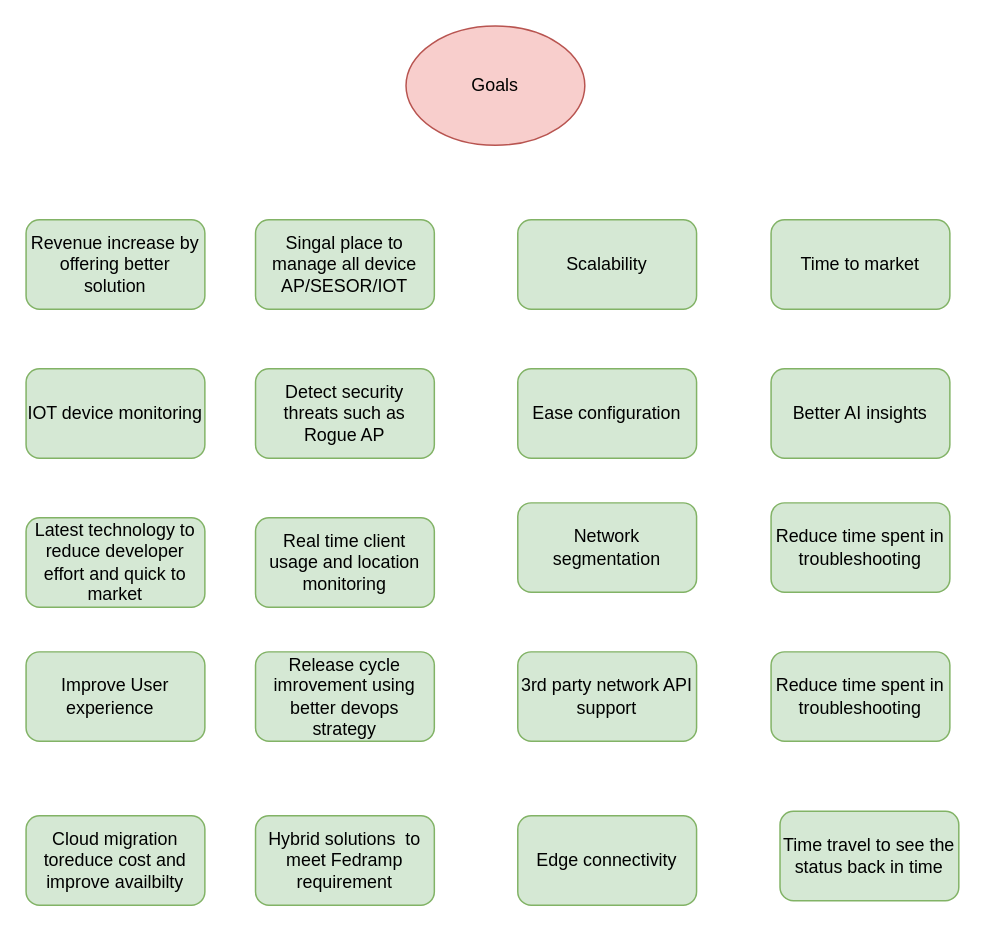
Above: page "Page-6" (6 of 6) of SA assignment.drawio in Gajanana/FirstPhase (draw.io), before the change. Source tidied: cells renumbered, new cells numbered last; positions are measured from the earlier drawing's top-left corner, leaving out a move shared by most shapes. Both pictures are drawn from the tidied source at 149%, with x=0, y=0 at pixel (25, 25).
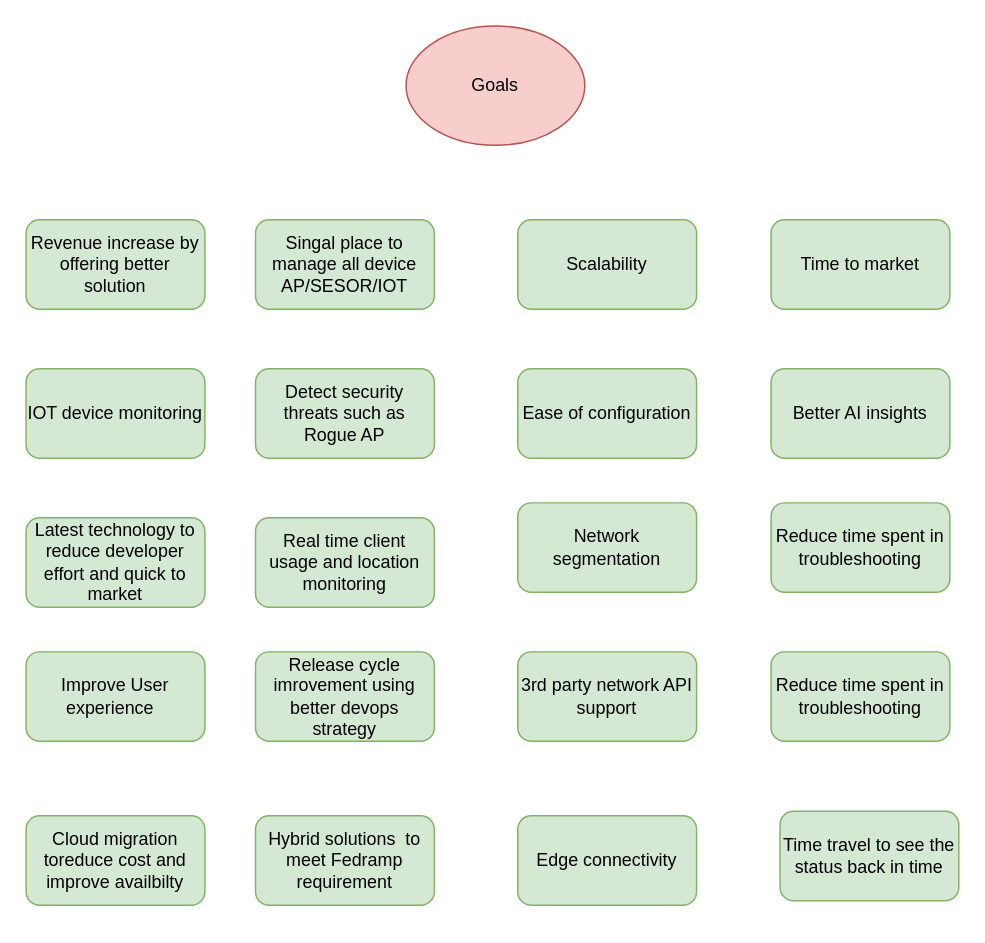
The same diagram, later.

Change to the diagram source:
```diff
@@
-    <mxCell id="18" value="Ease configuration" style="rounded=1;whiteSpace=wrap;html=1;fillColor=#d5e8d4;strokeColor=#82b366;" parent="1" vertex="1">
+    <mxCell id="18" value="Ease of configuration" style="rounded=1;whiteSpace=wrap;html=1;fillColor=#d5e8d4;strokeColor=#82b366;" parent="1" vertex="1">
       <mxGeometry x="330" y="230" width="120" height="60" as="geometry" />
     </mxCell>
```
